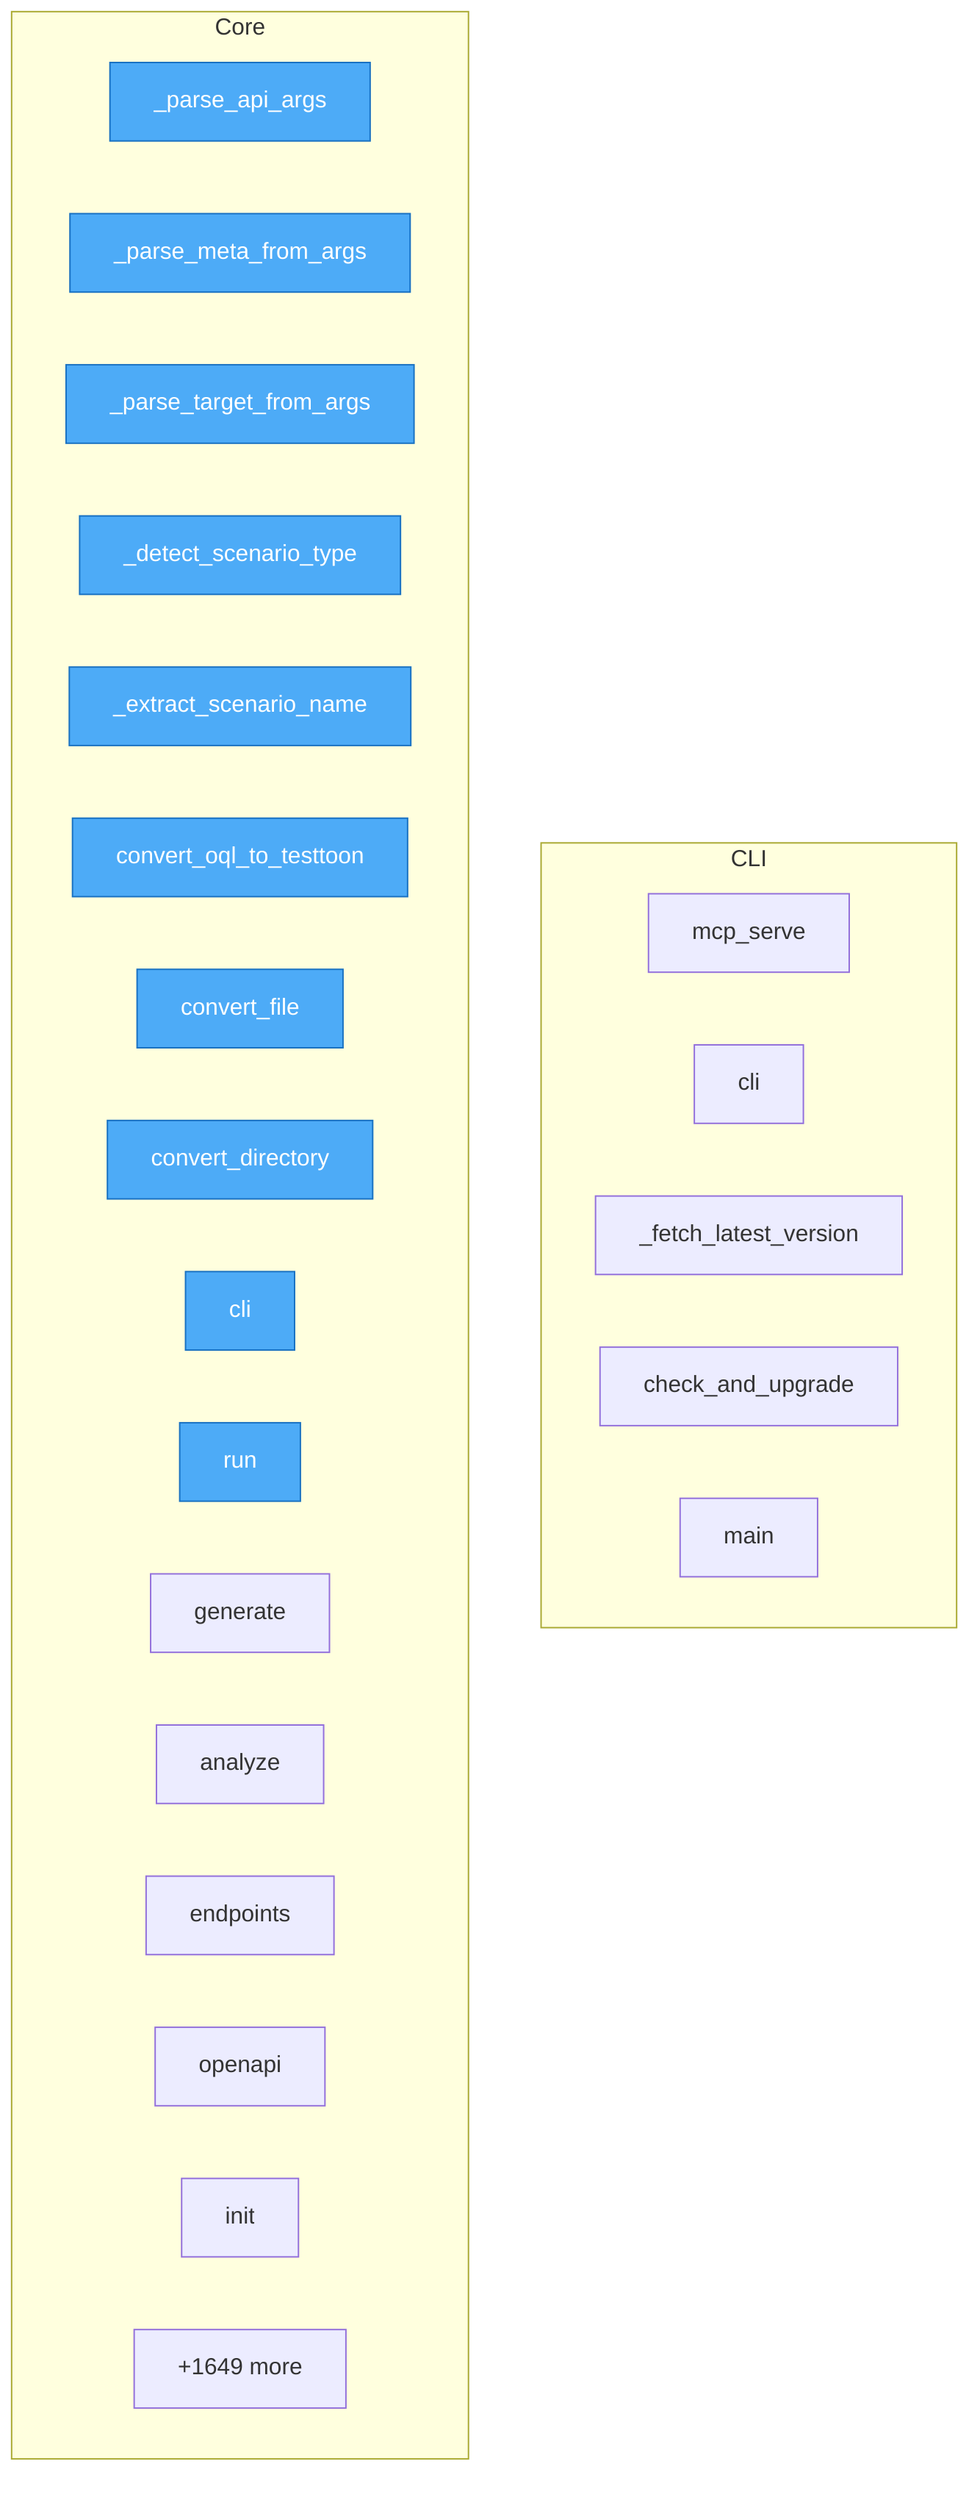
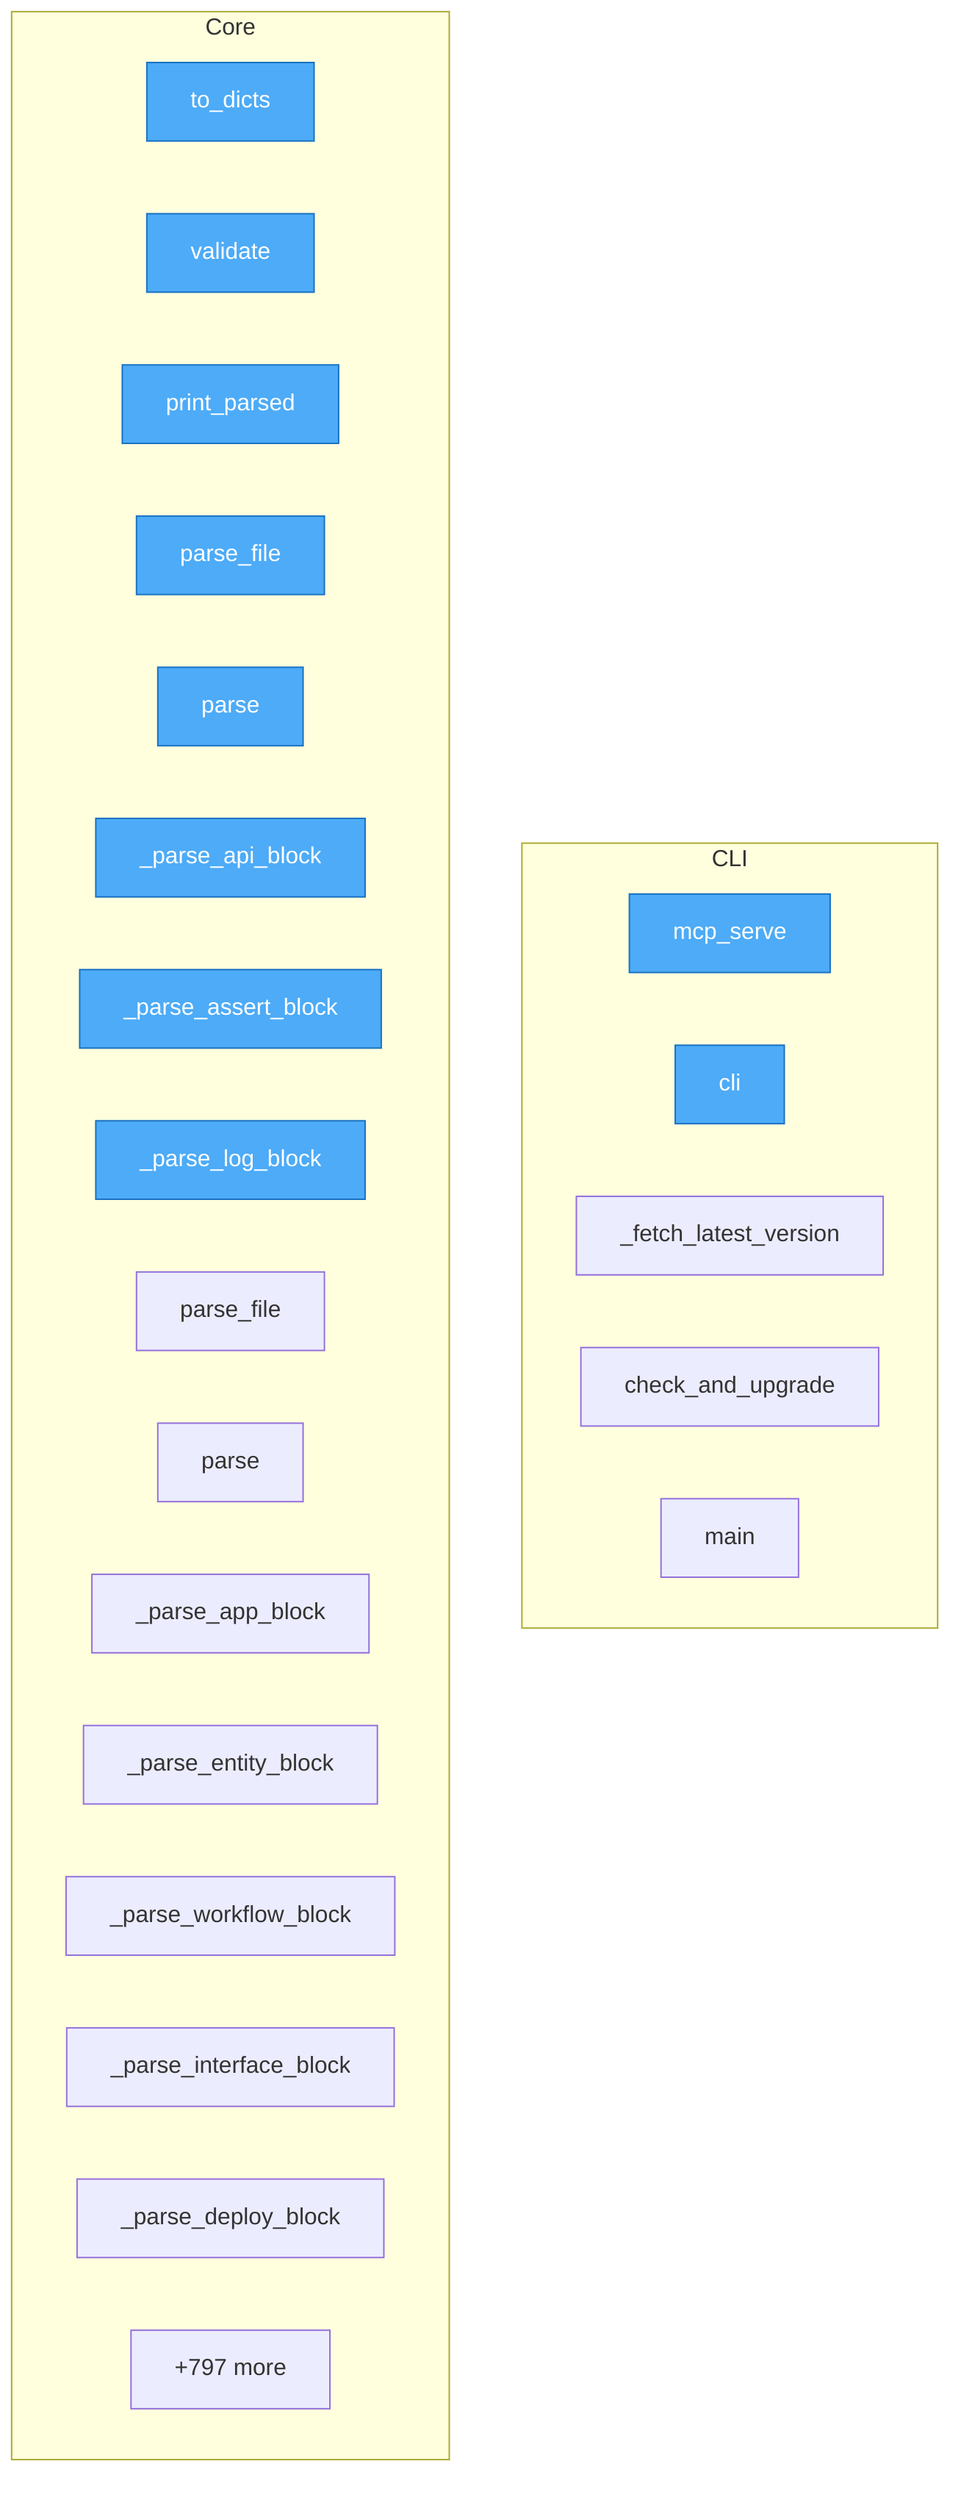
flowchart TD
+ %% generated in 0.02s

    %% Entry points (blue)
    classDef entry fill:#4dabf7,stroke:#1971c2,color:#fff

    subgraph CLI
        testql__cli__mcp_serve["mcp_serve"]
        testql__cli__cli["cli"]
        testql__cli___fetch_latest_version["_fetch_latest_version"]
        testql__cli__check_and_upgrade["check_and_upgrade"]
        testql__cli__main["main"]
    end

    subgraph Core
-         code2llm_output__map__toon___parse_api_args["_parse_api_args"]
-         code2llm_output__map__toon___parse_meta_from_args["_parse_meta_from_args"]
-         code2llm_output__map__toon___parse_target_from_args["_parse_target_from_args"]
-         code2llm_output__map__toon___detect_scenario_type["_detect_scenario_type"]
-         code2llm_output__map__toon___extract_scenario_name["_extract_scenario_name"]
-         code2llm_output__map__toon__convert_oql_to_testtoon["convert_oql_to_testtoon"]
-         code2llm_output__map__toon__convert_file["convert_file"]
-         code2llm_output__map__toon__convert_directory["convert_directory"]
-         code2llm_output__map__toon__cli["cli"]
-         code2llm_output__map__toon__run["run"]
-         code2llm_output__map__toon__generate["generate"]
-         code2llm_output__map__toon__analyze["analyze"]
-         code2llm_output__map__toon__endpoints["endpoints"]
-         code2llm_output__map__toon__openapi["openapi"]
-         code2llm_output__map__toon__init["init"]
-         ...["+1649 more"]
+         TODO__testtoon_parser__Section__to_dicts["to_dicts"]
+         TODO__testtoon_parser__Section__validate["validate"]
+         TODO__testtoon_parser__print_parsed["print_parsed"]
+         testql__toon_parser__ToonParser__parse_file["parse_file"]
+         testql__toon_parser__ToonParser__parse["parse"]
+         testql__toon_parser__ToonParser___parse_api_block["_parse_api_block"]
+         testql__toon_parser__ToonParser___parse_assert_block["_parse_assert_block"]
+         testql__toon_parser__ToonParser___parse_log_block["_parse_log_block"]
+         testql__doql_parser__DoqlParser__parse_file["parse_file"]
+         testql__doql_parser__DoqlParser__parse["parse"]
+         testql__doql_parser__DoqlParser___parse_app_block["_parse_app_block"]
+         testql__doql_parser__DoqlParser___parse_entity_block["_parse_entity_block"]
+         testql__doql_parser__DoqlParser___parse_workflow_block["_parse_workflow_block"]
+         testql__doql_parser__DoqlParser___parse_interface_block["_parse_interface_block"]
+         testql__doql_parser__DoqlParser___parse_deploy_block["_parse_deploy_block"]
+         ...["+797 more"]
    end

-     class code2llm_output__map__toon___parse_api_args,code2llm_output__map__toon___parse_meta_from_args,code2llm_output__map__toon___parse_target_from_args,code2llm_output__map__toon___detect_scenario_type,code2llm_output__map__toon___extract_scenario_name,code2llm_output__map__toon__convert_oql_to_testtoon,code2llm_output__map__toon__convert_file,code2llm_output__map__toon__convert_directory,code2llm_output__map__toon__cli,code2llm_output__map__toon__run entry
+     class TODO__testtoon_parser__Section__to_dicts,TODO__testtoon_parser__Section__validate,TODO__testtoon_parser__print_parsed,testql__toon_parser__ToonParser__parse_file,testql__toon_parser__ToonParser__parse,testql__toon_parser__ToonParser___parse_api_block,testql__toon_parser__ToonParser___parse_assert_block,testql__toon_parser__ToonParser___parse_log_block,testql__cli__mcp_serve,testql__cli__cli entry
